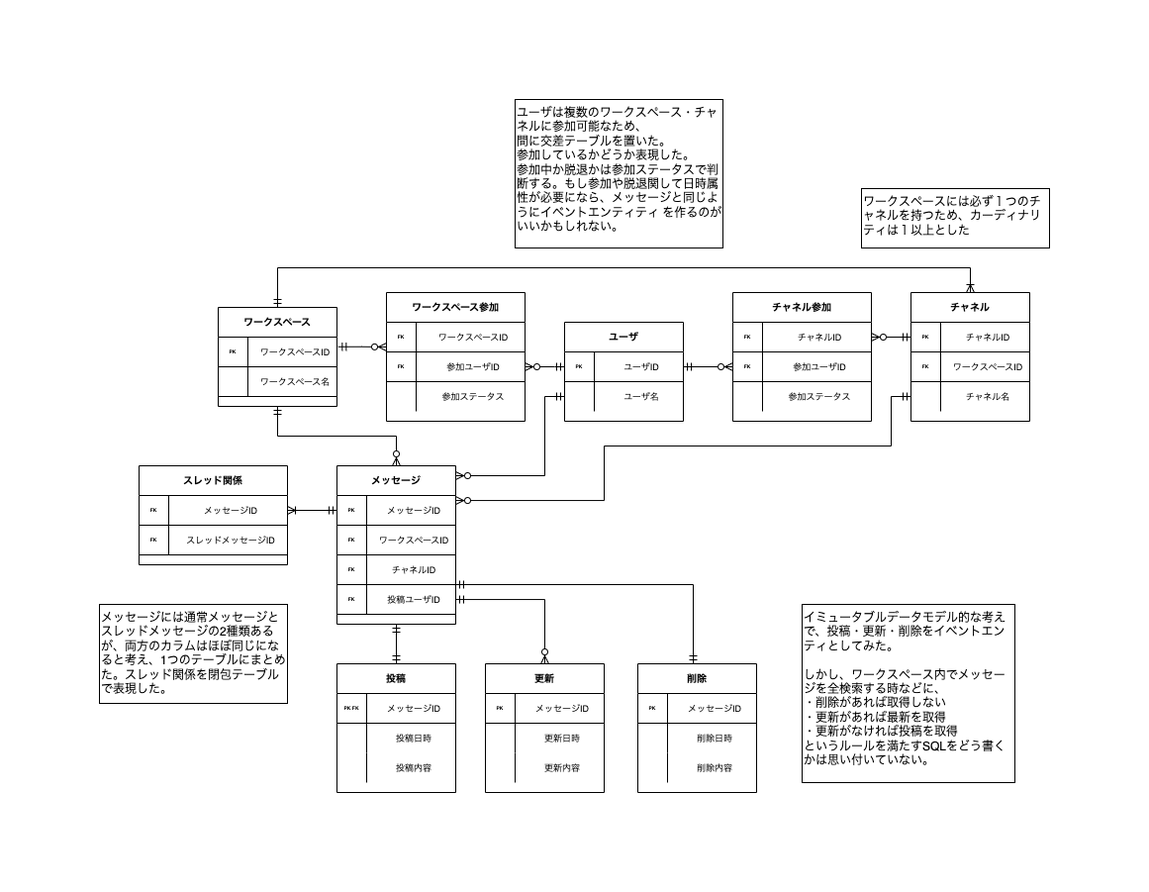
Earlier version of the draw.io export DBモデリング2/課題1.drawio.png (yasakanimaimai/praha_challenge). Source tidied: cells renumbered, new cells last; positions are measured from the earlier drawing's top-left corner, leaving out a move shared by most shapes.
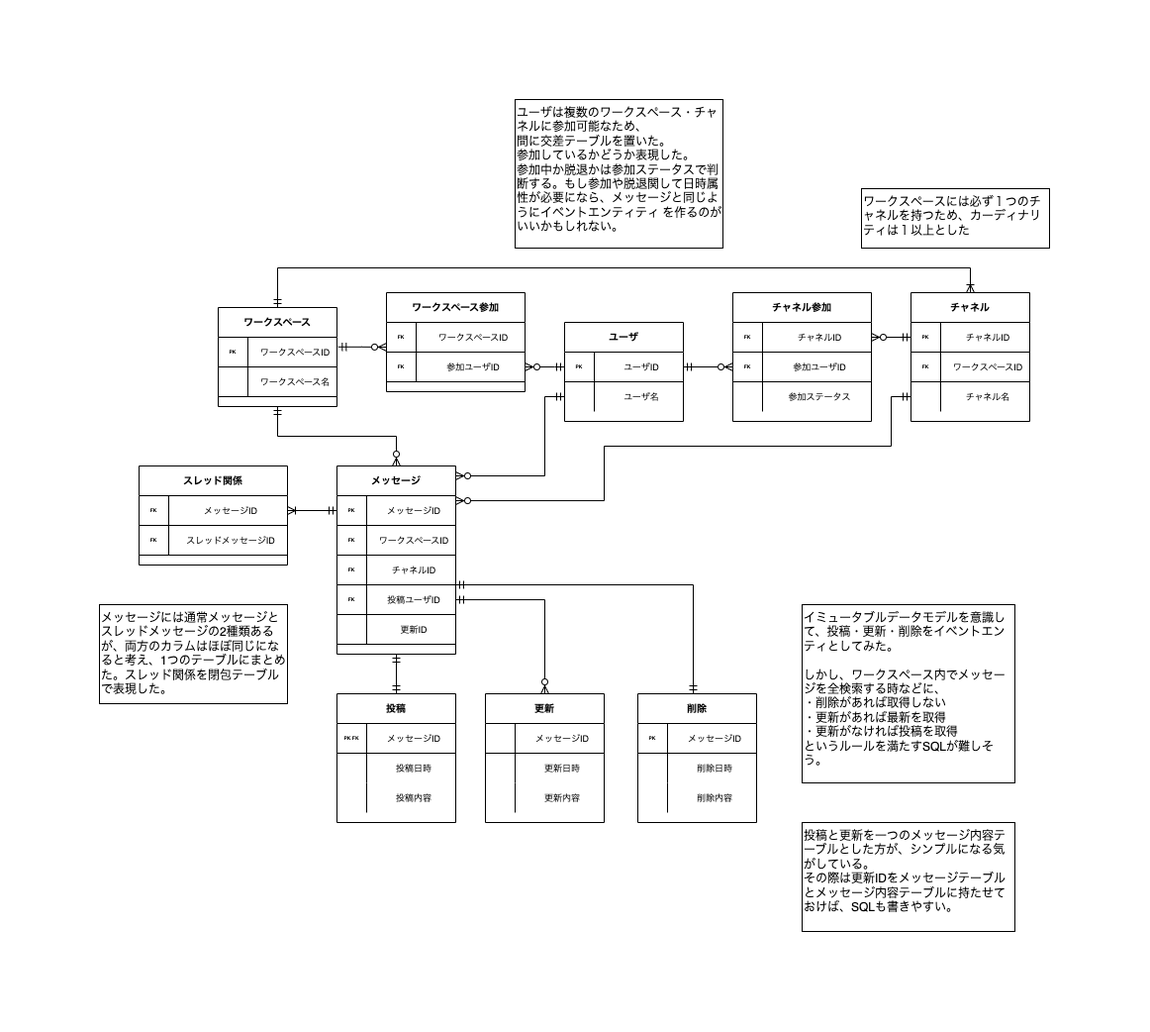
After the change.

Commit message:
参加ステータスの削除と更新テーブルからPKを削除

The edit, as a diff of the source:
```diff
@@ -75,7 +75,7 @@
       <mxGeometry x="30" width="90" height="30" as="geometry" />
     </mxCell>
     <mxCell id="26" value="メッセージ" style="shape=table;startSize=30;rowLines=0;fontStyle=1;align=center;rounded=0;shadow=0;fontSize=10;strokeWidth=1;fillColor=default;gradientColor=#ffffff;gradientDirection=east;sketch=0;swimlaneLine=1;strokeColor=default;swimlaneFillColor=default;spacingTop=0;right=0;" parent="1" vertex="1">
-      <mxGeometry x="240" y="370" width="120" height="160" as="geometry" />
+      <mxGeometry x="240" y="370" width="120" height="190" as="geometry" />
     </mxCell>
     <mxCell id="27" style="shape=tableRow;horizontal=0;startSize=0;swimlaneHead=0;swimlaneBody=0;fillColor=none;points=[[0,0.5],[1,0.5]];portConstraint=eastwest;top=0;left=0;right=0;bottom=1;rounded=0;shadow=0;fontSize=5;strokeWidth=1;align=center;" parent="26" vertex="1">
       <mxGeometry y="30" width="120" height="30" as="geometry" />
@@ -113,8 +113,17 @@
     <mxCell id="38" value="投稿ユーザID" style="shape=partialRectangle;fillColor=none;top=0;left=0;bottom=0;right=0;align=center;spacingLeft=6;fontStyle=0;overflow=hidden;rounded=0;shadow=0;fontSize=9;strokeWidth=1;" parent="36" vertex="1">
       <mxGeometry x="30" width="90" height="30" as="geometry" />
     </mxCell>
+    <mxCell id="112" style="shape=tableRow;horizontal=0;startSize=0;swimlaneHead=0;swimlaneBody=0;fillColor=none;top=0;left=0;right=0;bottom=1;rounded=0;shadow=0;fontSize=5;strokeWidth=1;align=center;" parent="26" vertex="1">
+      <mxGeometry y="150" width="120" height="30" as="geometry" />
+    </mxCell>
+    <mxCell id="113" style="shape=partialRectangle;fillColor=none;top=0;left=0;bottom=0;right=0;fontStyle=1;overflow=hidden;rounded=0;shadow=0;fontSize=5;strokeWidth=1;" parent="112" vertex="1">
+      <mxGeometry width="30" height="30" as="geometry" />
+    </mxCell>
+    <mxCell id="114" value="更新ID" style="shape=partialRectangle;fillColor=none;top=0;left=0;bottom=0;right=0;align=center;spacingLeft=6;fontStyle=0;overflow=hidden;rounded=0;shadow=0;fontSize=9;strokeWidth=1;" parent="112" vertex="1">
+      <mxGeometry x="30" width="90" height="30" as="geometry" />
+    </mxCell>
     <mxCell id="39" value="ワークスペース参加" style="shape=table;startSize=30;rowLines=0;fontStyle=1;align=center;rounded=0;shadow=0;fontSize=10;strokeWidth=1;fillColor=default;gradientColor=#ffffff;gradientDirection=east;sketch=0;swimlaneLine=1;strokeColor=default;swimlaneFillColor=default;spacingTop=0;" parent="1" vertex="1">
-      <mxGeometry x="290" y="195" width="140" height="130" as="geometry" />
+      <mxGeometry x="290" y="195" width="140" height="100" as="geometry" />
     </mxCell>
     <mxCell id="40" style="shape=tableRow;horizontal=0;startSize=0;swimlaneHead=0;swimlaneBody=0;fillColor=none;points=[[0,0.5],[1,0.5]];portConstraint=eastwest;top=0;left=0;right=0;bottom=1;rounded=0;shadow=0;fontSize=5;strokeWidth=1;align=center;" parent="39" vertex="1">
       <mxGeometry y="30" width="140" height="30" as="geometry" />
@@ -134,15 +143,6 @@
     <mxCell id="45" value="参加ユーザID" style="shape=partialRectangle;fillColor=none;top=0;left=0;bottom=0;right=0;align=center;spacingLeft=6;fontStyle=0;overflow=hidden;rounded=0;shadow=0;fontSize=9;strokeWidth=1;" parent="43" vertex="1">
       <mxGeometry x="30" width="110" height="30" as="geometry" />
     </mxCell>
-    <mxCell id="46" style="shape=tableRow;horizontal=0;startSize=0;swimlaneHead=0;swimlaneBody=0;fillColor=none;top=0;left=0;right=0;bottom=0;rounded=0;shadow=0;fontSize=5;strokeWidth=1;" parent="39" vertex="1">
-      <mxGeometry y="90" width="140" height="30" as="geometry" />
-    </mxCell>
-    <mxCell id="47" style="shape=partialRectangle;fillColor=none;top=0;left=0;bottom=0;right=0;overflow=hidden;rounded=0;shadow=0;fontSize=5;strokeWidth=1;" parent="46" vertex="1">
-      <mxGeometry width="30" height="30" as="geometry" />
-    </mxCell>
-    <mxCell id="48" value="参加ステータス" style="shape=partialRectangle;fillColor=none;top=0;left=0;bottom=0;right=0;align=center;spacingLeft=6;overflow=hidden;rounded=0;shadow=0;fontSize=9;strokeWidth=1;" parent="46" vertex="1">
-      <mxGeometry x="30" width="110" height="30" as="geometry" />
-    </mxCell>
     <mxCell id="49" value="チャネル参加" style="shape=table;startSize=30;rowLines=0;fontStyle=1;align=center;rounded=0;shadow=0;fontSize=10;strokeWidth=1;fillColor=default;gradientColor=#ffffff;gradientDirection=east;sketch=0;swimlaneLine=1;strokeColor=default;swimlaneFillColor=default;spacingTop=0;" parent="1" vertex="1">
       <mxGeometry x="640" y="195" width="140" height="130" as="geometry" />
     </mxCell>
@@ -243,7 +243,7 @@
     <mxCell id="74" value="メッセージには通常メッセージとスレッドメッセージの2種類あるが、両方のカラムはほぼ同じになると考え、1つのテーブルにまとめた。スレッド関係を閉包テーブルで表現した。" style="rounded=0;whiteSpace=wrap;html=1;labelBorderColor=none;strokeColor=default;strokeWidth=1;fillColor=#FFFFFF;align=left;verticalAlign=top;" parent="1" vertex="1">
       <mxGeometry y="510" width="190" height="100" as="geometry" />
     </mxCell>
-    <mxCell id="75" value="イミュータブルデータモデル的な考えで、投稿・更新・削除をイベントエンティとしてみた。&lt;br&gt;&lt;br&gt;しかし、ワークスペース内でメッセージを全検索する時などに、&lt;br&gt;・削除があれば取得しない&lt;br&gt;・更新があれば最新を取得&lt;br&gt;・更新がなければ投稿を取得&lt;br&gt;というルールを満たすSQLをどう書くかは思い付いていない。" style="rounded=0;whiteSpace=wrap;html=1;labelBorderColor=none;strokeColor=default;strokeWidth=1;fillColor=#FFFFFF;align=left;verticalAlign=top;" parent="1" vertex="1">
+    <mxCell id="75" value="イミュータブルデータモデルを意識して、投稿・更新・削除をイベントエンティとしてみた。&lt;br&gt;&lt;br&gt;しかし、ワークスペース内でメッセージを全検索する時などに、&lt;br&gt;・削除があれば取得しない&lt;br&gt;・更新があれば最新を取得&lt;br&gt;・更新がなければ投稿を取得&lt;br&gt;というルールを満たすSQLが難しそう。" style="rounded=0;whiteSpace=wrap;html=1;labelBorderColor=none;strokeColor=default;strokeWidth=1;fillColor=#FFFFFF;align=left;verticalAlign=top;" parent="1" vertex="1">
       <mxGeometry x="710" y="510" width="215" height="180" as="geometry" />
     </mxCell>
     <mxCell id="76" style="edgeStyle=orthogonalEdgeStyle;fontSize=12;html=1;endArrow=ERoneToMany;startArrow=ERmandOne;rounded=0;exitX=0.5;exitY=0;exitDx=0;exitDy=0;" parent="1" edge="1" source="9" target="16">
@@ -258,7 +258,7 @@
       <mxGeometry x="770" y="90" width="190" height="60" as="geometry" />
     </mxCell>
     <mxCell id="78" value="投稿" style="shape=table;startSize=30;rowLines=0;fontStyle=1;align=center;rounded=0;shadow=0;fontSize=10;strokeWidth=1;fillColor=default;gradientColor=#ffffff;gradientDirection=east;sketch=0;swimlaneLine=1;strokeColor=default;swimlaneFillColor=default;spacingTop=0;right=0;" parent="1" vertex="1">
-      <mxGeometry x="240" y="570" width="120" height="130" as="geometry" />
+      <mxGeometry x="240" y="600" width="120" height="130" as="geometry" />
     </mxCell>
     <mxCell id="79" style="shape=tableRow;horizontal=0;startSize=0;swimlaneHead=0;swimlaneBody=0;fillColor=none;top=0;left=0;right=0;bottom=1;rounded=0;shadow=0;fontSize=5;strokeWidth=1;align=center;" parent="78" vertex="1">
       <mxGeometry y="30" width="120" height="30" as="geometry" />
@@ -291,14 +291,14 @@
       <mxGeometry relative="1" as="geometry" />
     </mxCell>
     <mxCell id="89" value="更新" style="shape=table;startSize=30;rowLines=0;fontStyle=1;align=center;rounded=0;shadow=0;fontSize=10;strokeWidth=1;fillColor=default;gradientColor=#ffffff;gradientDirection=east;sketch=0;swimlaneLine=1;strokeColor=default;swimlaneFillColor=default;spacingTop=0;right=0;" parent="1" vertex="1">
-      <mxGeometry x="390" y="570" width="120" height="130" as="geometry" />
+      <mxGeometry x="390" y="600" width="120" height="130" as="geometry" />
     </mxCell>
     <mxCell id="90" style="shape=tableRow;horizontal=0;startSize=0;swimlaneHead=0;swimlaneBody=0;fillColor=none;top=0;left=0;right=0;bottom=1;rounded=0;shadow=0;fontSize=5;strokeWidth=1;align=center;" parent="89" vertex="1">
       <mxGeometry y="30" width="120" height="30" as="geometry" />
     </mxCell>
-    <mxCell id="91" value="PK" style="shape=partialRectangle;fillColor=none;top=0;left=0;bottom=0;right=0;fontStyle=1;overflow=hidden;rounded=0;shadow=0;fontSize=5;strokeWidth=1;" parent="90" vertex="1">
-      <mxGeometry width="30" height="30" as="geometry" />
-    </mxCell>
+    <mxCell id="115" style="shape=partialRectangle;fillColor=none;top=0;left=0;bottom=0;right=0;fontStyle=1;overflow=hidden;rounded=0;shadow=0;fontSize=5;strokeWidth=1;" parent="90" vertex="1">
+      <mxGeometry width="30" height="30" as="geometry" />
+    </mxCell>
     <mxCell id="92" value="メッセージID" style="shape=partialRectangle;fillColor=none;top=0;left=0;bottom=0;right=0;align=center;spacingLeft=6;fontStyle=0;overflow=hidden;rounded=0;shadow=0;fontSize=9;strokeWidth=1;" parent="90" vertex="1">
       <mxGeometry x="30" width="90" height="30" as="geometry" />
     </mxCell>
@@ -321,7 +321,7 @@
       <mxGeometry x="30" width="90" height="30" as="geometry" />
     </mxCell>
     <mxCell id="99" value="削除" style="shape=table;startSize=30;rowLines=0;fontStyle=1;align=center;rounded=0;shadow=0;fontSize=10;strokeWidth=1;fillColor=default;gradientColor=#ffffff;gradientDirection=east;sketch=0;swimlaneLine=1;strokeColor=default;swimlaneFillColor=default;spacingTop=0;right=0;" parent="1" vertex="1">
-      <mxGeometry x="544" y="570" width="120" height="130" as="geometry" />
+      <mxGeometry x="544" y="600" width="120" height="130" as="geometry" />
     </mxCell>
     <mxCell id="100" style="shape=tableRow;horizontal=0;startSize=0;swimlaneHead=0;swimlaneBody=0;fillColor=none;top=0;left=0;right=0;bottom=1;rounded=0;shadow=0;fontSize=5;strokeWidth=1;align=center;" parent="99" vertex="1">
       <mxGeometry y="30" width="120" height="30" as="geometry" />
@@ -363,5 +363,8 @@
         </Array>
       </mxGeometry>
     </mxCell>
+    <mxCell id="116" value="投稿と更新を一つのメッセージ内容テーブルとした方が、シンプルになる気がしている。&lt;br&gt;その際は更新IDをメッセージテーブルとメッセージ内容テーブルに持たせておけば、SQLも書きやすい。" style="rounded=0;whiteSpace=wrap;html=1;labelBorderColor=none;strokeColor=default;strokeWidth=1;fillColor=#FFFFFF;align=left;verticalAlign=top;" parent="1" vertex="1">
+      <mxGeometry x="710" y="730" width="215" height="110" as="geometry" />
+    </mxCell>
   </root>
 </mxGraphModel>
```
